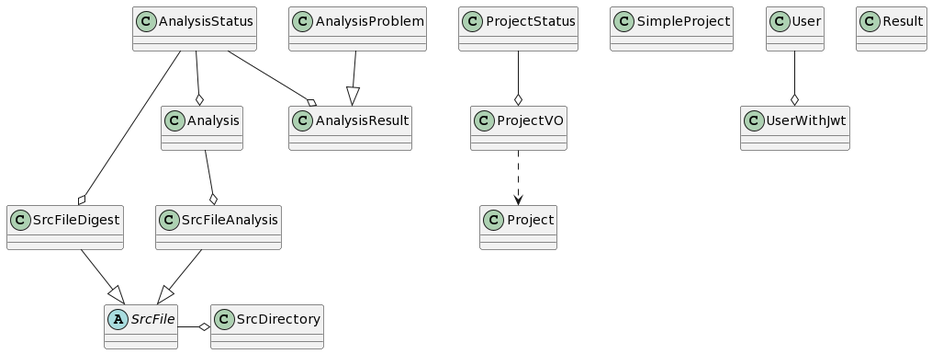
Before: doc/images/class.png, a diagram exported from PlantUML (StaticAnalyzer/StaticAnalyzer-Backend).
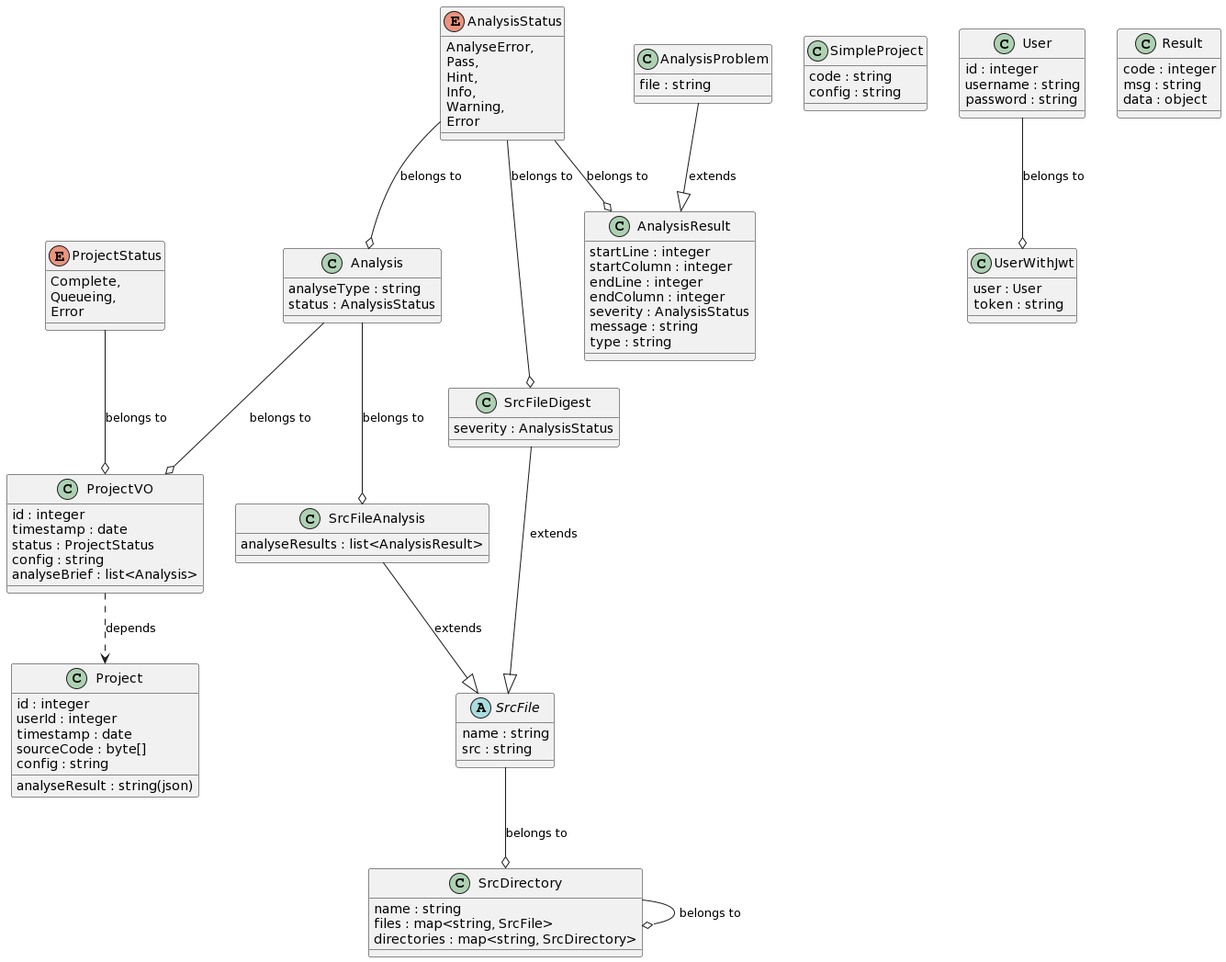
Above is the later version.

Commit message:
chore: 更新了类图

Change to the diagram source:
```diff
@@ -1,35 +1,99 @@
 @startuml
-abstract class SrcFile
-class SrcFileAnalysis
-class SrcFileDigest
-class SrcDirectory
+abstract class SrcFile {
+  name : string
+  src : string
+}
+class SrcFileAnalysis {
+  analyseResults : list<AnalysisResult>
+}
+class SrcFileDigest {
+  severity : AnalysisStatus
+}
+class SrcDirectory {
+  name : string
+  files : map<string, SrcFile>
+  directories : map<string, SrcDirectory>
+}
 
-SrcFile -o SrcDirectory
-SrcFileAnalysis --|> SrcFile
-SrcFileDigest --|> SrcFile
-Analysis --o SrcFileAnalysis
-AnalysisStatus --o SrcFileDigest
+SrcFile --o SrcDirectory : "belongs to"
+SrcDirectory --o SrcDirectory : "belongs to"
+SrcFileAnalysis --|> SrcFile : "extends"
+SrcFileDigest --|> SrcFile : "extends"
+Analysis --o SrcFileAnalysis : "belongs to"
+AnalysisStatus --o SrcFileDigest : "belongs to"
 
-class Analysis
-class AnalysisProblem
-class AnalysisResult
-class AnalysisStatus
+class Analysis {
+  analyseType : string
+  status : AnalysisStatus
+}
+class AnalysisProblem {
+  file : string
+}
+class AnalysisResult {
+  startLine : integer
+  startColumn : integer
+  endLine : integer
+  endColumn : integer
+  severity : AnalysisStatus
+  message : string
+  type : string
+}
+enum AnalysisStatus {
+  AnalyseError,
+  Pass,
+  Hint,
+  Info,
+  Warning,
+  Error
+}
 
-AnalysisStatus --o Analysis
-AnalysisStatus --o AnalysisResult
-AnalysisProblem --|> AnalysisResult
+AnalysisStatus --o Analysis : "belongs to"
+AnalysisStatus --o AnalysisResult : "belongs to"
+AnalysisProblem --|> AnalysisResult : "extends"
 
-class Project
-class ProjectStatus
-class ProjectVO
-class SimpleProject
+class Project {
+  id : integer
+  userId : integer
+  timestamp : date
+  sourceCode : byte[]
+  config : string
+  analyseResult : string(json)
+}
+enum ProjectStatus {
+  Complete,
+  Queueing,
+  Error
+}
+class ProjectVO {
+  id : integer
+  timestamp : date
+  status : ProjectStatus
+  config : string
+  analyseBrief : list<Analysis>
+}
+class SimpleProject {
+  code : string
+  config : string
+}
 
-ProjectVO ..> Project
-ProjectStatus --o ProjectVO
+Analysis --o ProjectVO : "belongs to"
+ProjectVO ..> Project : "depends"
+ProjectStatus --o ProjectVO : "belongs to"
 
-class User
-class UserWithJwt
-User --o UserWithJwt
+class User {
+  id : integer
+  username : string
+  password : string
+}
+class UserWithJwt {
+  user : User
+  token : string
+}
+User --o UserWithJwt : "belongs to"
 
-class Result
+class Result {
+  code : integer
+  msg : string
+  data : object
+}
 @enduml
```
